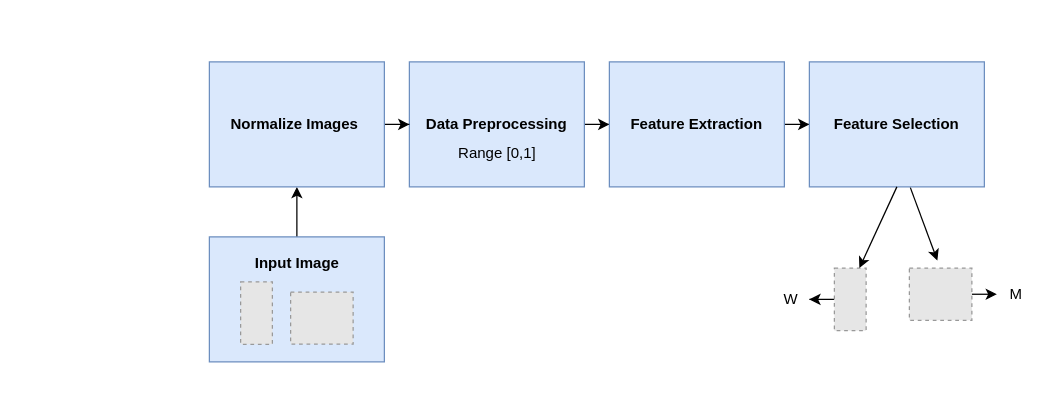
The draw.io diagram dft.drawio in hridoy1000/asl, before the edit. Source tidied: cells renumbered, new cells numbered last; positions are measured from the earlier drawing's top-left corner, leaving out a move shared by most shapes. Both pictures are drawn from the tidied source at 125%, with x=0, y=0 at pixel (209, 61). Pictures stored in the file or linked from it are replaced by grey dashed boxes.
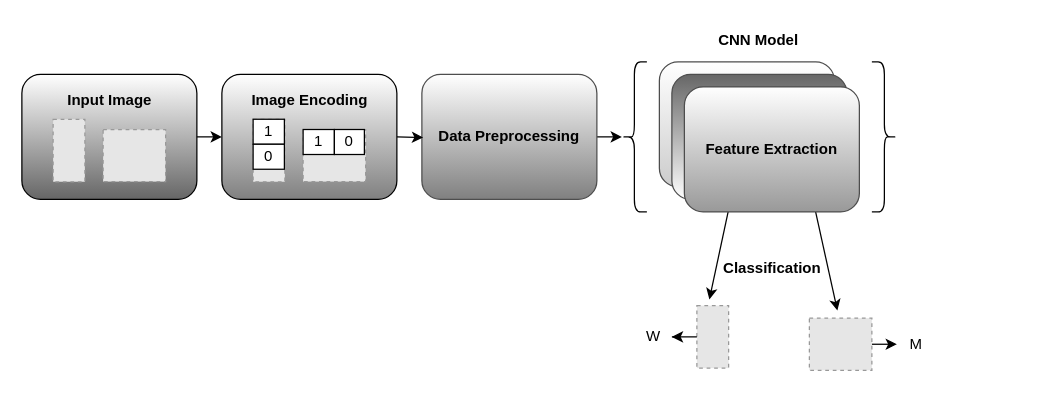
The same page after the edit.

The edit, as a diff of the source:
```diff
@@
-    <mxCell id="2" style="edgeStyle=orthogonalEdgeStyle;rounded=0;jettySize=auto;html=1;" parent="1" edge="1" source="3" target="5">
-      <mxGeometry relative="1" as="geometry" />
-    </mxCell>
+    <mxCell id="24" style="edgeStyle=orthogonalEdgeStyle;rounded=0;jettySize=auto;html=1;" parent="1" edge="1" source="3">
+      <mxGeometry relative="1" as="geometry">
+        <mxPoint x="330" y="60" as="targetPoint" />
+      </mxGeometry>
+    </mxCell>
-    <mxCell id="3" value="&lt;b&gt;Data Preprocessing&lt;/b&gt;" style="rounded=0;whiteSpace=wrap;html=1;fillColor=#dae8fc;strokeColor=#6c8ebf;" parent="1" vertex="1">
-      <mxGeometry x="160" width="140" height="100" as="geometry" />
+    <mxCell id="3" value="&lt;b&gt;Data Preprocessing&lt;/b&gt;" style="rounded=1;whiteSpace=wrap;html=1;fillColor=#FFFFFF;strokeColor=#4D4D4D;gradientColor=#808080;" parent="1" vertex="1">
+      <mxGeometry x="170" y="10" width="140" height="100" as="geometry" />
     </mxCell>
-    <mxCell id="4" style="edgeStyle=orthogonalEdgeStyle;rounded=0;jettySize=auto;html=1;" parent="1" edge="1" source="5" target="6">
-      <mxGeometry relative="1" as="geometry" />
+    <mxCell id="4" style="edgeStyle=orthogonalEdgeStyle;rounded=0;orthogonalLoop=1;jettySize=auto;html=1;" parent="1" edge="1">
+      <mxGeometry relative="1" as="geometry">
+        <mxPoint x="360" y="70" as="sourcePoint" />
+        <mxPoint x="380" y="70" as="targetPoint" />
+      </mxGeometry>
     </mxCell>
-    <mxCell id="5" value="&lt;b&gt;Feature Extraction&lt;/b&gt;" style="rounded=0;whiteSpace=wrap;html=1;fillColor=#dae8fc;strokeColor=#6c8ebf;" parent="1" vertex="1">
-      <mxGeometry x="320" width="140" height="100" as="geometry" />
+    <mxCell id="5" style="rounded=1;whiteSpace=wrap;html=1;fillColor=#FFFFFF;strokeColor=#4D4D4D;gradientColor=#CCCCCC;" parent="1" vertex="1">
+      <mxGeometry x="360" width="140" height="100" as="geometry" />
     </mxCell>
-    <mxCell id="6" value="&lt;b&gt;Feature Selection&lt;/b&gt;" style="rounded=0;whiteSpace=wrap;html=1;fillColor=#dae8fc;strokeColor=#6c8ebf;" parent="1" vertex="1">
-      <mxGeometry x="480" width="140" height="100" as="geometry" />
-    </mxCell>
-    <mxCell id="7" style="edgeStyle=orthogonalEdgeStyle;rounded=0;jettySize=auto;html=1;" parent="1" edge="1" source="11" target="9">
-      <mxGeometry relative="1" as="geometry" />
-    </mxCell>
-    <mxCell id="8" style="edgeStyle=orthogonalEdgeStyle;rounded=0;jettySize=auto;html=1;" parent="1" edge="1" source="9" target="3">
-      <mxGeometry relative="1" as="geometry" />
+    <mxCell id="8" style="edgeStyle=orthogonalEdgeStyle;rounded=0;jettySize=auto;html=1;" parent="1" edge="1" target="3">
+      <mxGeometry relative="1" as="geometry">
+        <mxPoint x="150" y="60" as="sourcePoint" />
+      </mxGeometry>
     </mxCell>
-    <mxCell id="9" value="&lt;b&gt;Normalize Images&amp;nbsp;&lt;/b&gt;" style="rounded=0;whiteSpace=wrap;html=1;fillColor=#dae8fc;strokeColor=#6c8ebf;" parent="1" vertex="1">
-      <mxGeometry width="140" height="100" as="geometry" />
-    </mxCell>
-    <mxCell id="10" style="group;" parent="1" vertex="1">
-      <mxGeometry y="140" width="140" height="100" as="geometry" />
+    <mxCell id="10" style="rounded=1;whiteSpace=wrap;html=1;gradientColor=#666666;fillColor=#FFFFFF;" parent="1" vertex="1">
+      <mxGeometry x="-150" y="10" width="140" height="100" as="geometry" />
     </mxCell>
-    <mxCell id="11" style="rounded=0;whiteSpace=wrap;html=1;fillColor=#dae8fc;strokeColor=#6c8ebf;" parent="10" vertex="1">
-      <mxGeometry width="140" height="100" as="geometry" />
-    </mxCell>
@@
-    <mxCell id="15" style="edgeStyle=orthogonalEdgeStyle;rounded=0;jettySize=auto;html=1;" parent="1" edge="1" source="16" target="21">
-      <mxGeometry relative="1" as="geometry" />
-    </mxCell>
     <mxCell id="16" style="fillColor=#E6E6E6;strokeColor=#999999;dashed=1;verticalLabelPosition=bottom;labelBackgroundColor=default;verticalAlign=top;" parent="1" vertex="1">
-      <mxGeometry x="500" y="165" width="25.4" height="50" as="geometry" />
+      <mxGeometry x="390" y="195" width="25.4" height="50" as="geometry" />
     </mxCell>
@@
     <mxCell id="18" style="fillColor=#E6E6E6;strokeColor=#999999;dashed=1;verticalLabelPosition=bottom;labelBackgroundColor=default;verticalAlign=top;" parent="1" vertex="1">
-      <mxGeometry x="560" y="165" width="50" height="41.7" as="geometry" />
+      <mxGeometry x="480" y="205" width="50" height="41.7" as="geometry" />
     </mxCell>
-    <mxCell id="19" style="endArrow=classic;html=1;rounded=0;exitX=0.5;exitY=1;exitDx=0;exitDy=0;" parent="1" edge="1" source="6">
+    <mxCell id="19" style="endArrow=classic;html=1;rounded=0;exitX=0.25;exitY=1;exitDx=0;exitDy=0;" parent="1" edge="1">
       <mxGeometry relative="1" as="geometry">
-        <mxPoint x="520" y="165" as="targetPoint" />
+        <mxPoint x="415" y="120" as="sourcePoint" />
+        <mxPoint x="400" y="190" as="targetPoint" />
       </mxGeometry>
     </mxCell>
-    <mxCell id="20" style="endArrow=classic;html=1;rounded=0;entryX=0.448;entryY=-0.146;entryDx=0;entryDy=0;entryPerimeter=0;exitX=0.577;exitY=1.006;exitDx=0;exitDy=0;exitPerimeter=0;" parent="1" edge="1" source="6" target="18">
-      <mxGeometry relative="1" as="geometry" />
+    <mxCell id="20" style="endArrow=classic;html=1;rounded=0;entryX=0.448;entryY=-0.146;entryDx=0;entryDy=0;entryPerimeter=0;exitX=0.75;exitY=1;exitDx=0;exitDy=0;" parent="1" edge="1" target="18">
+      <mxGeometry relative="1" as="geometry">
+        <mxPoint x="485" y="120" as="sourcePoint" />
+      </mxGeometry>
     </mxCell>
+    <mxCell id="22" value="M" style="text;html=1;align=center;verticalAlign=middle;points=[];strokeColor=none;fillColor=none;" parent="1" vertex="1">
+      <mxGeometry x="550" y="210.9" width="30" height="30" as="geometry" />
+    </mxCell>
+    <mxCell id="25" value="&lt;b&gt;Classification&lt;/b&gt;" style="text;html=1;align=center;verticalAlign=middle;strokeColor=none;fillColor=none;" parent="1" vertex="1">
+      <mxGeometry x="400" y="150" width="100" height="30" as="geometry" />
+    </mxCell>
+    <mxCell id="26" style="edgeStyle=orthogonalEdgeStyle;rounded=0;orthogonalLoop=1;jettySize=auto;html=1;" parent="1" edge="1">
+      <mxGeometry relative="1" as="geometry">
+        <mxPoint x="-10" y="60" as="sourcePoint" />
+        <mxPoint x="10" y="60" as="targetPoint" />
+        <Array as="points">
+          <mxPoint y="60" />
+          <mxPoint y="60" />
+        </Array>
+      </mxGeometry>
+    </mxCell>
+    <mxCell id="27" style="rounded=1;whiteSpace=wrap;html=1;gradientColor=#808080;fillColor=#FFFFFF;" parent="1" vertex="1">
+      <mxGeometry x="10" y="10" width="140" height="100" as="geometry" />
+    </mxCell>
+    <mxCell id="28" style="fillColor=#E6E6E6;strokeColor=#999999;dashed=1;verticalLabelPosition=bottom;labelBackgroundColor=default;verticalAlign=top;" parent="27" vertex="1">
+      <mxGeometry x="25" y="35.9" width="25.4" height="50" as="geometry" />
+    </mxCell>
+    <mxCell id="29" value="&lt;b&gt;Image Encoding&lt;/b&gt;" style="text;html=1;align=center;verticalAlign=middle;strokeColor=none;fillColor=none;" parent="27" vertex="1">
+      <mxGeometry x="10" y="5.9" width="120" height="30" as="geometry" />
+    </mxCell>
+    <mxCell id="30" style="fillColor=#E6E6E6;strokeColor=#999999;dashed=1;verticalLabelPosition=bottom;labelBackgroundColor=default;verticalAlign=top;" parent="27" vertex="1">
+      <mxGeometry x="65" y="44.1" width="50" height="41.7" as="geometry" />
+    </mxCell>
+    <mxCell id="31" value="1" style="whiteSpace=wrap;html=1;" parent="27" vertex="1">
+      <mxGeometry x="65" y="44.1" width="25" height="20" as="geometry" />
+    </mxCell>
+    <mxCell id="32" value="0" style="whiteSpace=wrap;html=1;" parent="27" vertex="1">
+      <mxGeometry x="90" y="44.1" width="24" height="20" as="geometry" />
+    </mxCell>
+    <mxCell id="33" value="1" style="whiteSpace=wrap;html=1;" parent="27" vertex="1">
+      <mxGeometry x="25" y="35.9" width="25" height="20" as="geometry" />
+    </mxCell>
+    <mxCell id="34" value="0" style="whiteSpace=wrap;html=1;" parent="27" vertex="1">
+      <mxGeometry x="25" y="55.9" width="25" height="20" as="geometry" />
+    </mxCell>
+    <mxCell id="35" style="rounded=1;whiteSpace=wrap;html=1;fillColor=#666666;strokeColor=#4D4D4D;gradientColor=#FFFFFF;" parent="1" vertex="1">
+      <mxGeometry x="370" y="10" width="140" height="100" as="geometry" />
+    </mxCell>
+    <mxCell id="36" value="&lt;b&gt;Feature Extraction&lt;/b&gt;" style="rounded=1;whiteSpace=wrap;html=1;fillColor=#FFFFFF;strokeColor=#4D4D4D;gradientColor=#999999;" parent="1" vertex="1">
+      <mxGeometry x="380" y="20" width="140" height="100" as="geometry" />
+    </mxCell>
+    <mxCell id="37" style="shape=curlyBracket;whiteSpace=wrap;html=1;rounded=1;flipH=1;labelPosition=right;verticalLabelPosition=middle;align=left;verticalAlign=middle;" parent="1" vertex="1">
+      <mxGeometry x="530" width="20" height="120" as="geometry" />
+    </mxCell>
+    <mxCell id="38" style="shape=curlyBracket;whiteSpace=wrap;html=1;rounded=1;flipH=1;labelPosition=right;verticalLabelPosition=middle;align=left;verticalAlign=middle;rotation=-180;" parent="1" vertex="1">
+      <mxGeometry x="330" width="20" height="120" as="geometry" />
+    </mxCell>
+    <mxCell id="39" value="&lt;b&gt;CNN Model&lt;/b&gt;" style="text;html=1;align=center;verticalAlign=middle;strokeColor=none;fillColor=none;" parent="1" vertex="1">
+      <mxGeometry x="394" y="-32" width="90" height="30" as="geometry" />
+    </mxCell>
+    <mxCell id="15" style="edgeStyle=orthogonalEdgeStyle;rounded=0;jettySize=auto;html=1;" parent="1" edge="1" source="16" target="21">
+      <mxGeometry relative="1" as="geometry" />
+    </mxCell>
     <mxCell id="21" value="W" style="text;html=1;align=center;verticalAlign=middle;points=[];strokeColor=none;fillColor=none;" parent="1" vertex="1">
-      <mxGeometry x="450" y="175" width="30" height="30" as="geometry" />
+      <mxGeometry x="340" y="205" width="30" height="30" as="geometry" />
     </mxCell>
-    <mxCell id="22" value="M" style="text;html=1;align=center;verticalAlign=middle;points=[];strokeColor=none;fillColor=none;" parent="1" vertex="1">
-      <mxGeometry x="630" y="170.9" width="30" height="30" as="geometry" />
-    </mxCell>
-    <mxCell id="23" value="Range [0,1]" style="text;html=1;align=center;verticalAlign=middle;strokeColor=none;fillColor=none;" parent="1" vertex="1">
-      <mxGeometry x="185" y="58" width="90" height="30" as="geometry" />
-    </mxCell>
```
